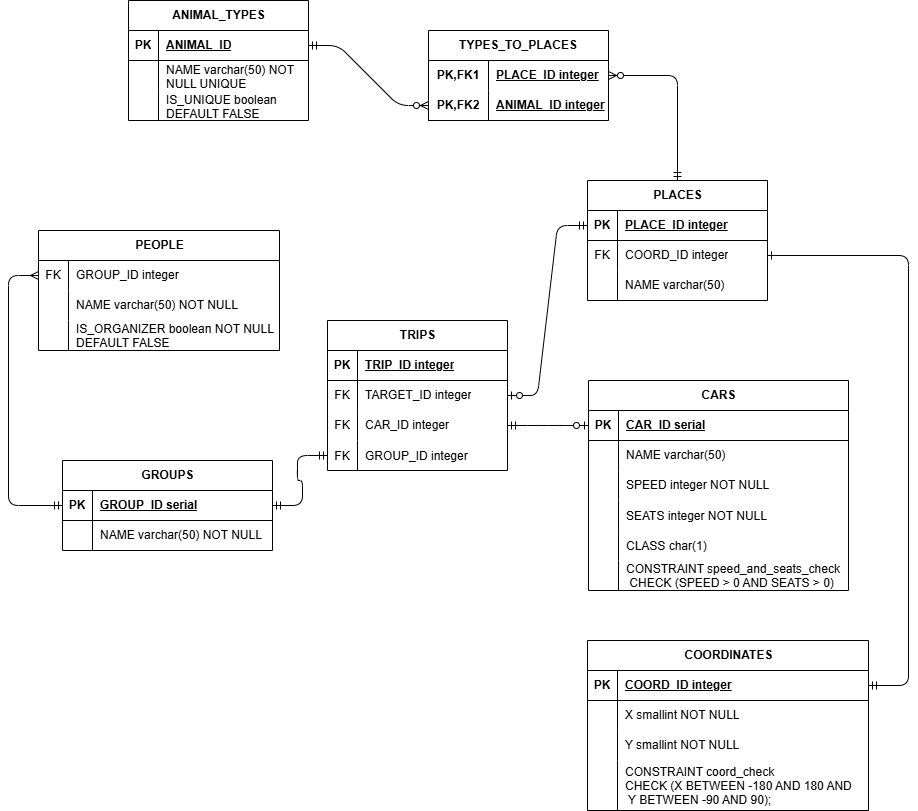
Above: lab3/OriginalModel.drawio.png in Xaabibas/Databases (draw.io), before the change. Source tidied: cells renumbered, new cells last; positions are measured from the earlier drawing's top-left corner, leaving out a move shared by most shapes.
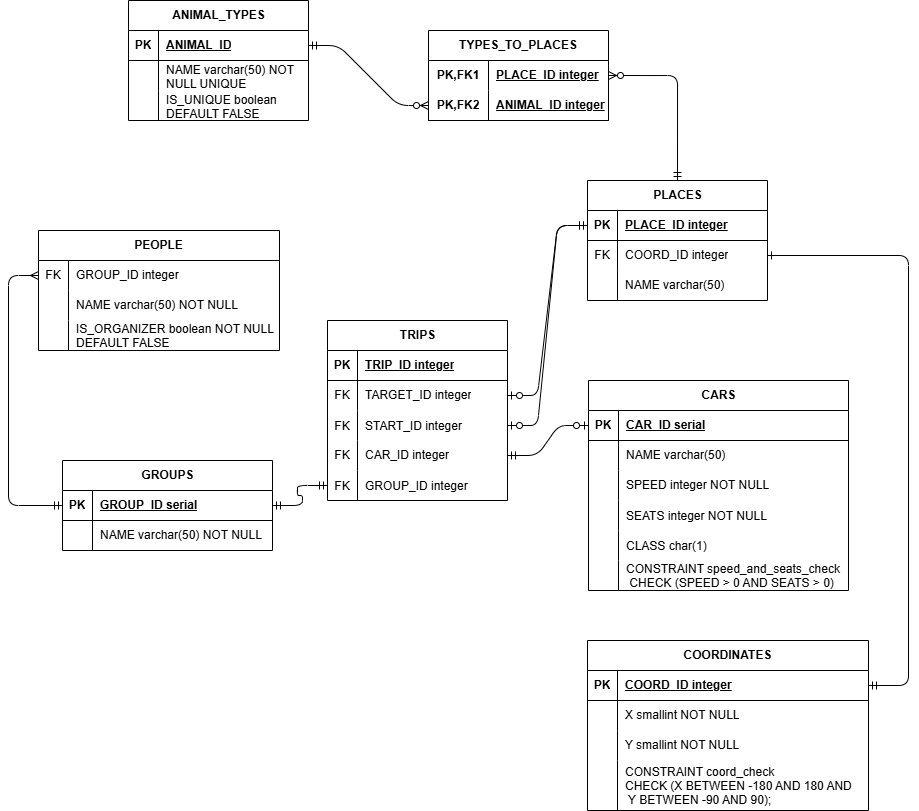
After the change.

Diff of the diagram source:
```diff
@@ -3,7 +3,7 @@
     <mxCell id="0" />
     <mxCell id="1" parent="0" />
     <mxCell id="2" value="TRIPS" style="shape=table;startSize=30;rowLines=0;fontStyle=1;align=center;html=1;" parent="1" vertex="1">
-      <mxGeometry x="319" y="320" width="180" height="150" as="geometry" />
+      <mxGeometry x="319" y="320" width="180" height="180" as="geometry" />
     </mxCell>
     <mxCell id="3" style="shape=tableRow;horizontal=0;startSize=0;swimlaneHead=0;swimlaneBody=0;fillColor=none;top=0;left=0;right=0;bottom=1;" parent="2" vertex="1">
       <mxGeometry y="30" width="180" height="30" as="geometry" />
@@ -23,8 +23,17 @@
     <mxCell id="8" value="TARGET_ID integer" style="shape=partialRectangle;fillColor=none;top=0;left=0;bottom=0;right=0;align=left;spacingLeft=6;overflow=hidden;whiteSpace=wrap;html=1;" parent="6" vertex="1">
       <mxGeometry x="30" width="150" height="30" as="geometry" />
     </mxCell>
+    <mxCell id="98" style="shape=tableRow;horizontal=0;startSize=0;swimlaneHead=0;swimlaneBody=0;fillColor=none;points=[[0,0.5],[1,0.5]];portConstraint=eastwest;top=0;left=0;right=0;bottom=0;" parent="2" vertex="1">
+      <mxGeometry y="90" width="180" height="30" as="geometry" />
+    </mxCell>
+    <mxCell id="99" value="FK" style="shape=partialRectangle;fillColor=none;top=0;left=0;bottom=0;right=0;overflow=hidden;" parent="98" vertex="1">
+      <mxGeometry width="30" height="30" as="geometry" />
+    </mxCell>
+    <mxCell id="100" value="START_ID integer" style="shape=partialRectangle;fillColor=none;top=0;left=0;bottom=0;right=0;align=left;spacingLeft=6;overflow=hidden;" parent="98" vertex="1">
+      <mxGeometry x="30" width="150" height="30" as="geometry" />
+    </mxCell>
     <mxCell id="9" style="shape=tableRow;horizontal=0;startSize=0;swimlaneHead=0;swimlaneBody=0;fillColor=none;points=[[0,0.5],[1,0.5]];portConstraint=eastwest;top=0;left=0;right=0;bottom=0;" parent="2" vertex="1">
-      <mxGeometry y="90" width="180" height="30" as="geometry" />
+      <mxGeometry y="120" width="180" height="30" as="geometry" />
     </mxCell>
     <mxCell id="10" value="FK" style="shape=partialRectangle;fillColor=none;top=0;left=0;bottom=0;right=0;overflow=hidden;whiteSpace=wrap;html=1;" parent="9" vertex="1">
       <mxGeometry width="30" height="30" as="geometry" />
@@ -33,7 +42,7 @@
       <mxGeometry x="30" width="150" height="30" as="geometry" />
     </mxCell>
     <mxCell id="12" style="shape=tableRow;horizontal=0;startSize=0;swimlaneHead=0;swimlaneBody=0;fillColor=none;points=[[0,0.5],[1,0.5]];portConstraint=eastwest;top=0;left=0;right=0;bottom=0;" parent="2" vertex="1">
-      <mxGeometry y="120" width="180" height="30" as="geometry" />
+      <mxGeometry y="150" width="180" height="30" as="geometry" />
     </mxCell>
     <mxCell id="13" value="FK" style="shape=partialRectangle;fillColor=none;top=0;left=0;bottom=0;right=0;overflow=hidden;" parent="12" vertex="1">
       <mxGeometry width="30" height="30" as="geometry" />
@@ -298,5 +307,8 @@
         </Array>
       </mxGeometry>
     </mxCell>
+    <mxCell id="101" style="edgeStyle=entityRelationEdgeStyle;fontSize=12;html=1;endArrow=ERmandOne;startArrow=ERzeroToOne;rounded=1;exitX=1;exitY=0.5;exitDx=0;exitDy=0;endFill=0;startFill=0;curved=0;entryX=0;entryY=0.5;entryDx=0;entryDy=0;" parent="1" edge="1" source="98" target="35">
+      <mxGeometry relative="1" as="geometry" />
+    </mxCell>
   </root>
 </mxGraphModel>
```
